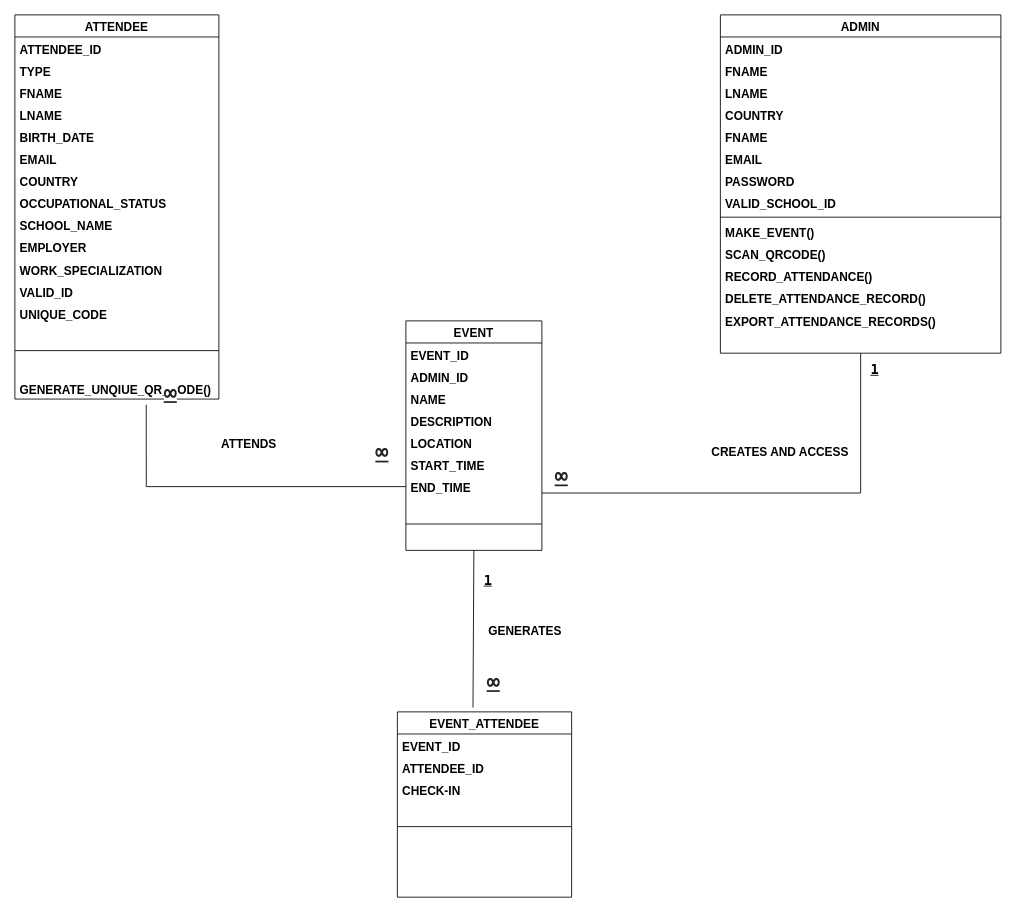
This is system-data-flow-diagram-using_UML.drawio from JEIT25/CSUCC-QRConnect-Streamlined-Academic-Event-Sign-in-System, a draw.io file, before an edit. Source tidied: cells renumbered, new cells numbered last; positions are measured from the earlier drawing's top-left corner, leaving out a move shared by most shapes. Both pictures are drawn from the tidied source at 85%, with x=0, y=0 at pixel (14, 14).
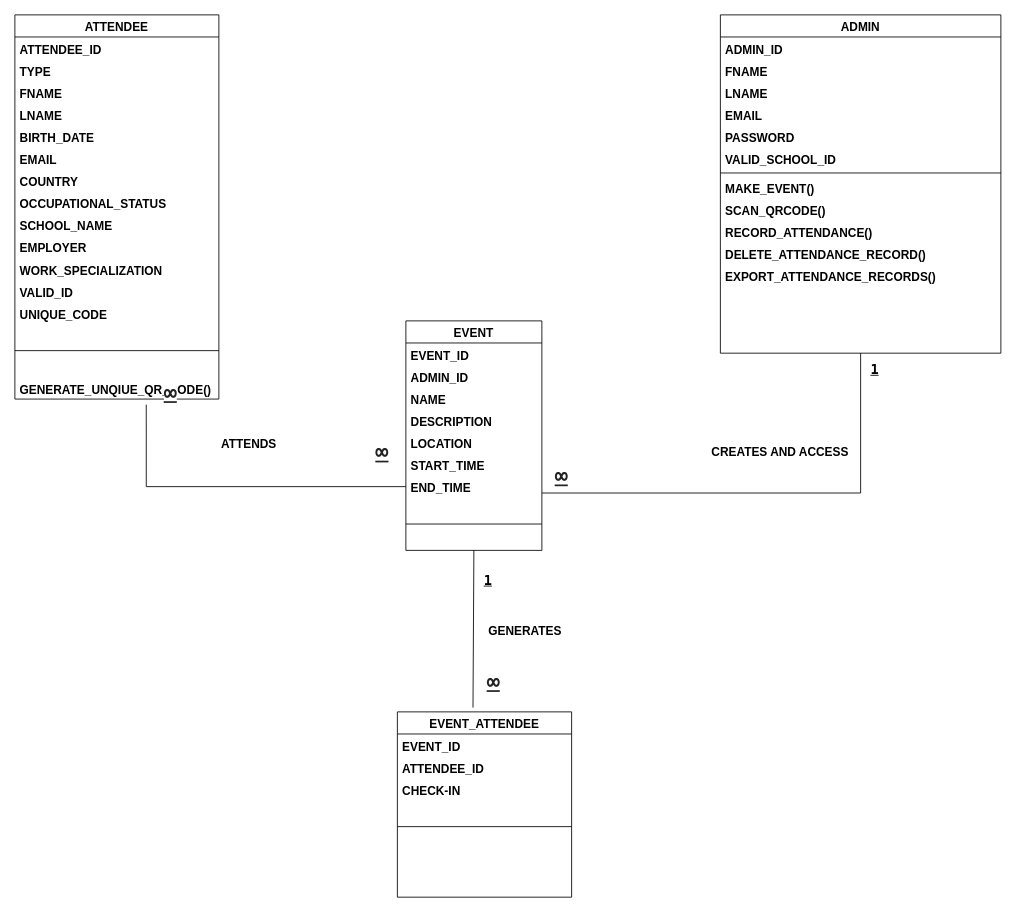
Above is the later version.

The change refers to these unchanged cells:
```xml
<mxCell id="2" value="ADMIN" style="swimlane;fontStyle=1;align=center;verticalAlign=top;horizontal=1;startSize=26;rounded=0;shadow=0;strokeWidth=1;fontSize=14;" parent="1" vertex="1">
  <mxGeometry x="830" width="330" height="398" as="geometry" />
</mxCell>
```

The edit, as a diff of the source:
```diff
@@
-    <mxCell id="6" value="COUNTRY" style="text;align=left;verticalAlign=top;spacingLeft=4;spacingRight=4;overflow=hidden;rounded=0;shadow=0;html=0;fontStyle=1;fontSize=14;" parent="2" vertex="1">
-      <mxGeometry y="104" width="330" height="26" as="geometry" />
-    </mxCell>
-    <mxCell id="7" value="FNAME" style="text;align=left;verticalAlign=top;spacingLeft=4;spacingRight=4;overflow=hidden;fontStyle=1;fontSize=14;" parent="2" vertex="1">
-      <mxGeometry y="130" width="330" height="26" as="geometry" />
-    </mxCell>
     <mxCell id="8" value="EMAIL" style="text;align=left;verticalAlign=top;spacingLeft=4;spacingRight=4;overflow=hidden;rounded=0;shadow=0;html=0;fontStyle=1;fontSize=14;" parent="2" vertex="1">
-      <mxGeometry y="156" width="330" height="26" as="geometry" />
+      <mxGeometry y="104" width="330" height="26" as="geometry" />
     </mxCell>
     <mxCell id="9" value="PASSWORD" style="text;align=left;verticalAlign=top;spacingLeft=4;spacingRight=4;overflow=hidden;rounded=0;shadow=0;html=0;fontStyle=1;fontSize=14;" parent="2" vertex="1">
-      <mxGeometry y="182" width="330" height="26" as="geometry" />
+      <mxGeometry y="130" width="330" height="26" as="geometry" />
     </mxCell>
     <mxCell id="10" value="VALID_SCHOOL_ID" style="text;align=left;verticalAlign=top;spacingLeft=4;spacingRight=4;overflow=hidden;rounded=0;shadow=0;html=0;fontStyle=1;fontSize=14;" parent="2" vertex="1">
-      <mxGeometry y="208" width="330" height="26" as="geometry" />
+      <mxGeometry y="156" width="330" height="26" as="geometry" />
     </mxCell>
     <mxCell id="11" style="line;html=1;strokeWidth=1;align=left;verticalAlign=middle;spacingTop=-1;spacingLeft=3;spacingRight=3;labelPosition=right;fontStyle=1;fontSize=14;" parent="2" vertex="1">
-      <mxGeometry y="234" width="330" height="8" as="geometry" />
+      <mxGeometry y="182" width="330" height="8" as="geometry" />
     </mxCell>
     <mxCell id="12" value="MAKE_EVENT()" style="text;align=left;verticalAlign=top;spacingLeft=4;spacingRight=4;overflow=hidden;rounded=0;shadow=0;html=0;fontStyle=1;fontSize=14;" parent="2" vertex="1">
-      <mxGeometry y="242" width="330" height="26" as="geometry" />
+      <mxGeometry y="190" width="330" height="26" as="geometry" />
     </mxCell>
     <mxCell id="13" value="SCAN_QRCODE()" style="text;align=left;verticalAlign=top;spacingLeft=4;spacingRight=4;overflow=hidden;rounded=0;shadow=0;html=0;fontStyle=1;fontSize=14;" parent="2" vertex="1">
-      <mxGeometry y="268" width="330" height="26" as="geometry" />
+      <mxGeometry y="216" width="330" height="26" as="geometry" />
     </mxCell>
     <mxCell id="14" value="RECORD_ATTENDANCE()" style="text;align=left;verticalAlign=top;spacingLeft=4;spacingRight=4;overflow=hidden;rounded=0;shadow=0;html=0;fontStyle=1;fontSize=14;" parent="2" vertex="1">
-      <mxGeometry y="294" width="330" height="26" as="geometry" />
+      <mxGeometry y="242" width="330" height="26" as="geometry" />
     </mxCell>
     <mxCell id="15" value="DELETE_ATTENDANCE_RECORD()" style="text;align=left;verticalAlign=top;spacingLeft=4;spacingRight=4;overflow=hidden;rounded=0;shadow=0;html=0;fontStyle=1;fontSize=14;" parent="2" vertex="1">
-      <mxGeometry y="320" width="330" height="26" as="geometry" />
+      <mxGeometry y="268" width="330" height="26" as="geometry" />
     </mxCell>
     <mxCell id="16" value="EXPORT_ATTENDANCE_RECORDS()" style="text;align=left;verticalAlign=top;spacingLeft=4;spacingRight=4;overflow=hidden;rounded=0;shadow=0;html=0;fontStyle=1;fontSize=14;" parent="2" vertex="1">
-      <mxGeometry y="346" width="330" height="26" as="geometry" />
+      <mxGeometry y="294" width="330" height="26" as="geometry" />
     </mxCell>
```
